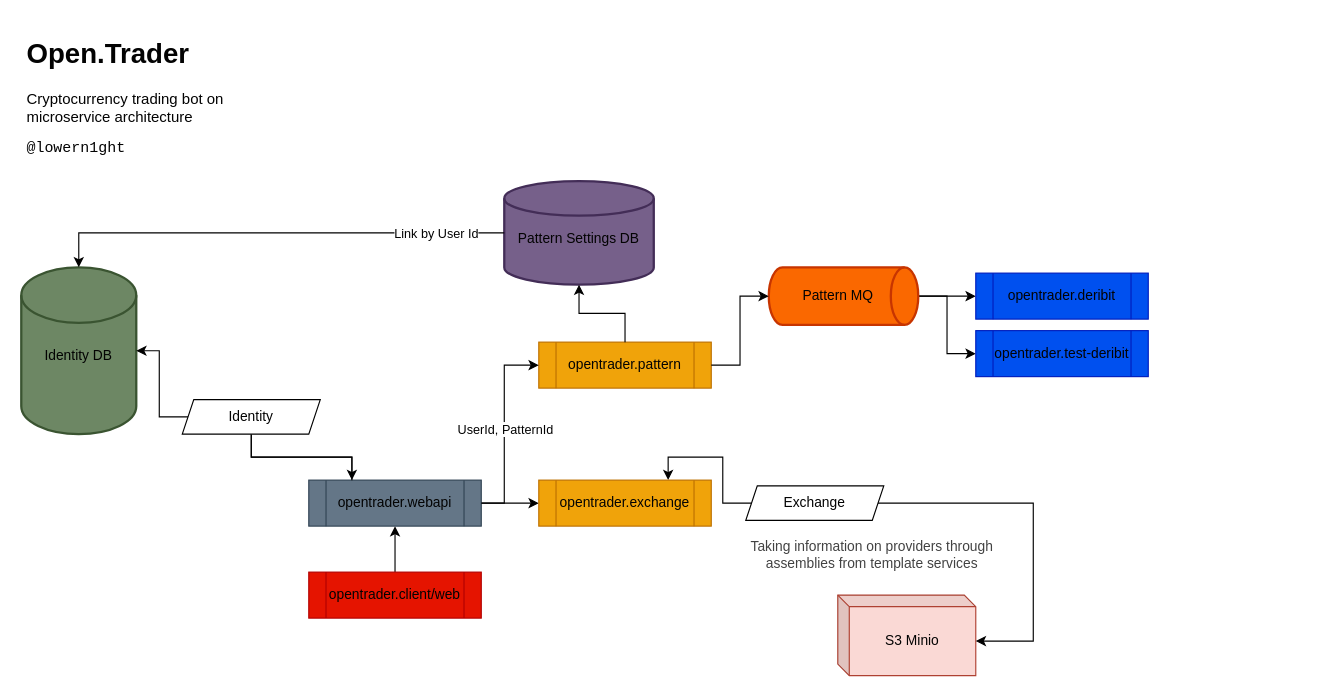
Above: repo/open-trader.infrastructure.drawio in lowern1ght/open.trader (draw.io), before the change. Source tidied: cells renumbered, new cells numbered last; positions are measured from the earlier drawing's top-left corner, leaving out a move shared by most shapes. Both pictures are drawn from the tidied source at 115%, with x=0, y=0 at pixel (21, 31).
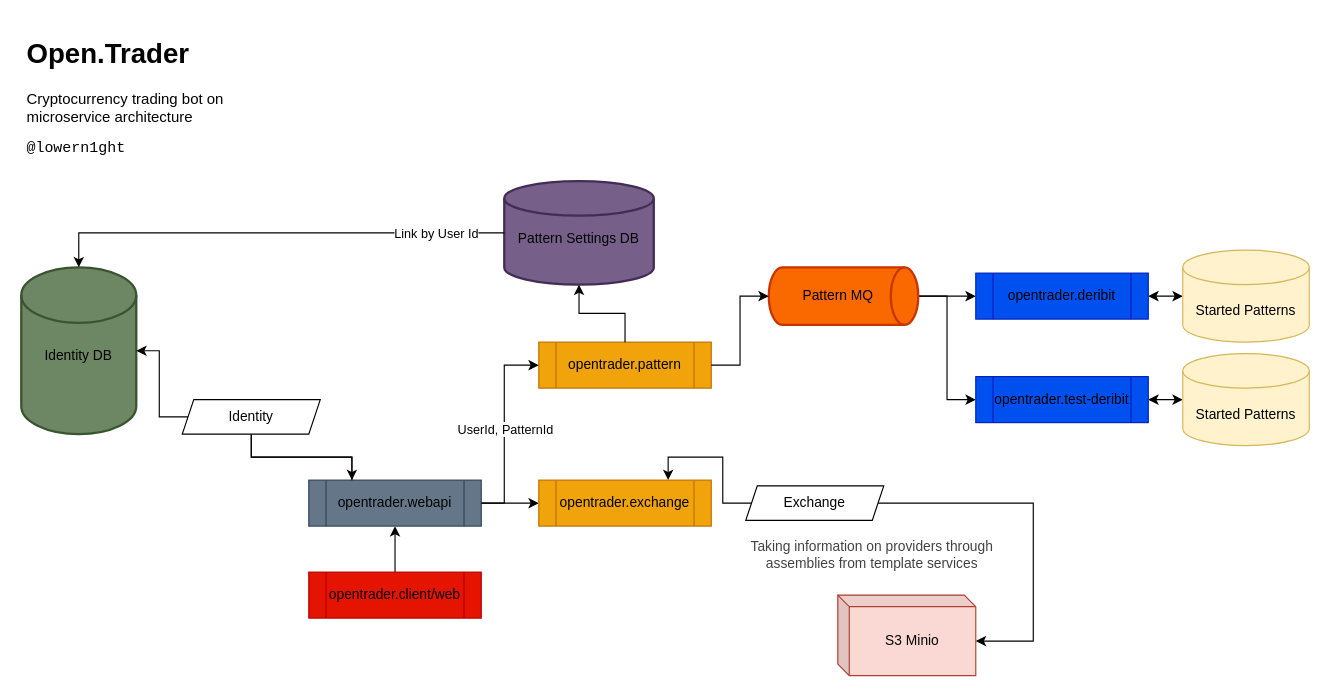
The same diagram, later.

The change refers to these unchanged cells:
```xml
<mxCell id="21" value="opentrader.deribit" style="shape=process;whiteSpace=wrap;html=1;backgroundOutline=1;fillColor=#0050ef;strokeColor=#001DBC;fontColor=#030303;" parent="1" vertex="1">
  <mxGeometry x="830" y="210" width="150" height="40" as="geometry" />
</mxCell>
```

The edit, as a diff of the source:
```diff
@@
+    <mxCell id="31" style="edgeStyle=orthogonalEdgeStyle;rounded=0;jettySize=auto;html=1;startArrow=classic;startFill=1;" parent="1" edge="1" source="21" target="33">
+      <mxGeometry relative="1" as="geometry" />
+    </mxCell>
@@
+    <mxCell id="32" style="edgeStyle=orthogonalEdgeStyle;rounded=0;jettySize=auto;html=1;startArrow=classic;startFill=1;" parent="1" edge="1" source="22" target="34">
+      <mxGeometry relative="1" as="geometry" />
+    </mxCell>
     <mxCell id="22" value="opentrader.test-deribit" style="shape=process;whiteSpace=wrap;html=1;backgroundOutline=1;fillColor=#0050ef;strokeColor=#001DBC;fontColor=#030303;" parent="1" vertex="1">
-      <mxGeometry x="830" y="260" width="150" height="40" as="geometry" />
+      <mxGeometry x="830" y="300" width="150" height="40" as="geometry" />
     </mxCell>
@@
+    <mxCell id="33" value="Started Patterns" style="shape=cylinder3;whiteSpace=wrap;html=1;boundedLbl=1;backgroundOutline=1;size=15;fillColor=#fff2cc;strokeColor=#d6b656;" parent="1" vertex="1">
+      <mxGeometry x="1010" y="190" width="110" height="80" as="geometry" />
+    </mxCell>
+    <mxCell id="34" value="Started Patterns" style="shape=cylinder3;whiteSpace=wrap;html=1;boundedLbl=1;backgroundOutline=1;size=15;fillColor=#fff2cc;strokeColor=#d6b656;" parent="1" vertex="1">
+      <mxGeometry x="1010" y="280" width="110" height="80" as="geometry" />
+    </mxCell>
```
